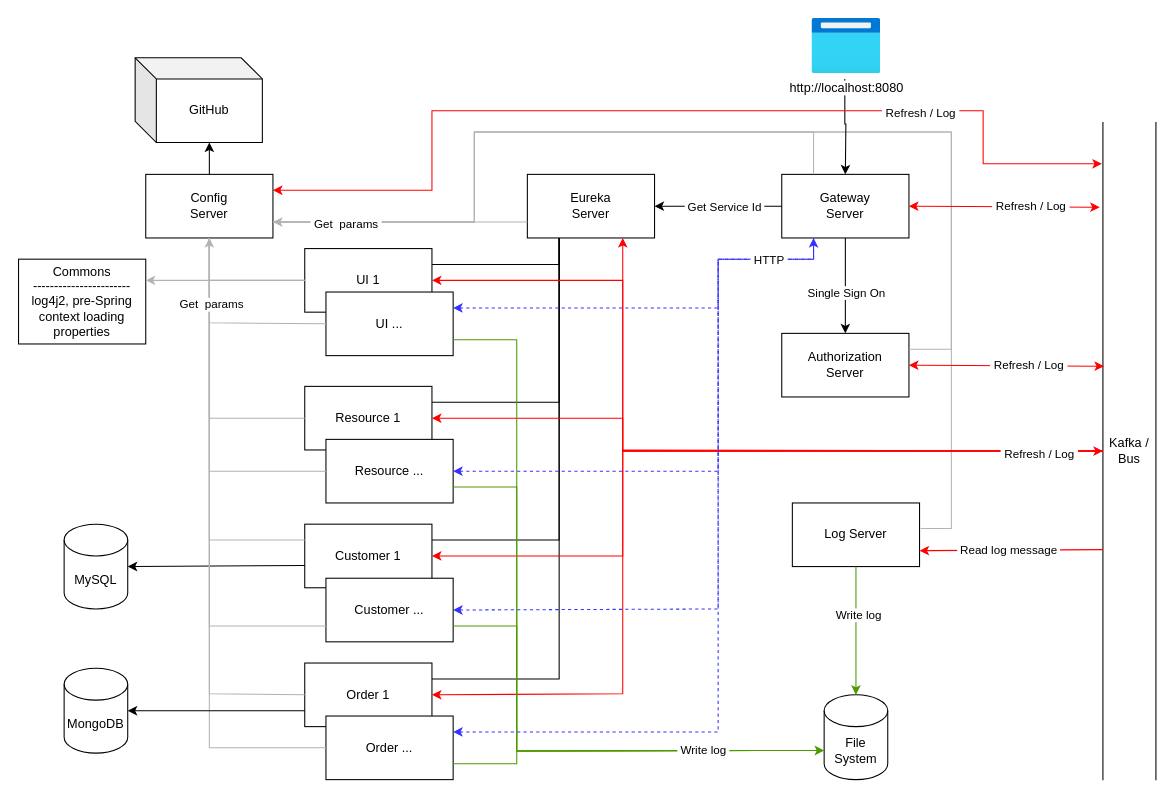
Above: oauth2/bin/resource/oauth2.drawio in arslucky/spring-projects (draw.io), before the change. Source tidied: cells renumbered, new cells numbered last; positions are measured from the earlier drawing's top-left corner, leaving out a move shared by most shapes. Both pictures are drawn from the tidied source at 106%, with x=0, y=0 at pixel (18, 18).
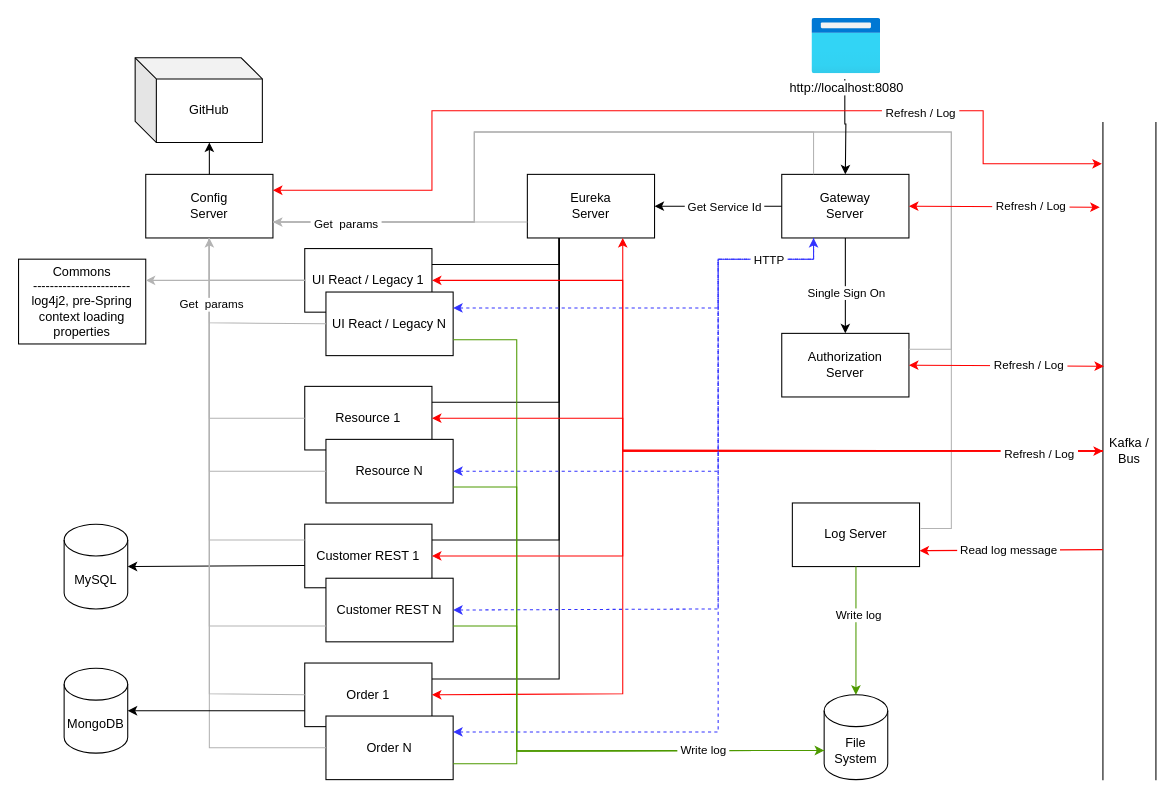
Above is the later version.

Commit message (it also covers changes not shown here):
added React description to readme

Change to the diagram source:
```diff
@@
-    <mxCell id="7" value="UI 1" style="rounded=0;whiteSpace=wrap;html=1;align=center;" parent="1" vertex="1">
+    <mxCell id="7" value="UI React / Legacy 1" style="rounded=0;whiteSpace=wrap;html=1;align=center;" parent="1" vertex="1">
       <mxGeometry x="270" y="217" width="120" height="60" as="geometry" />
     </mxCell>
-    <mxCell id="8" value="UI ..." style="rounded=0;whiteSpace=wrap;html=1;align=center;" parent="1" vertex="1">
+    <mxCell id="8" value="UI React / Legacy N" style="rounded=0;whiteSpace=wrap;html=1;align=center;" parent="1" vertex="1">
       <mxGeometry x="290" y="258" width="120" height="60" as="geometry" />
     </mxCell>
@@
-    <mxCell id="10" value="Resource ..." style="rounded=0;whiteSpace=wrap;html=1;align=center;" parent="1" vertex="1">
+    <mxCell id="10" value="Resource N" style="rounded=0;whiteSpace=wrap;html=1;align=center;" parent="1" vertex="1">
       <mxGeometry x="290" y="397" width="120" height="60" as="geometry" />
     </mxCell>
-    <mxCell id="11" value="Customer 1" style="rounded=0;whiteSpace=wrap;html=1;align=center;" parent="1" vertex="1">
+    <mxCell id="11" value="Customer REST 1" style="rounded=0;whiteSpace=wrap;html=1;align=center;" parent="1" vertex="1">
       <mxGeometry x="270" y="477" width="120" height="60" as="geometry" />
     </mxCell>
-    <mxCell id="12" value="Customer ..." style="rounded=0;whiteSpace=wrap;html=1;align=center;" parent="1" vertex="1">
+    <mxCell id="12" value="Customer REST N" style="rounded=0;whiteSpace=wrap;html=1;align=center;" parent="1" vertex="1">
       <mxGeometry x="290" y="528" width="120" height="60" as="geometry" />
     </mxCell>
@@
-    <mxCell id="14" value="Order ..." style="rounded=0;whiteSpace=wrap;html=1;align=center;" parent="1" vertex="1">
+    <mxCell id="14" value="Order N" style="rounded=0;whiteSpace=wrap;html=1;align=center;" parent="1" vertex="1">
       <mxGeometry x="290" y="658" width="120" height="60" as="geometry" />
     </mxCell>
```
